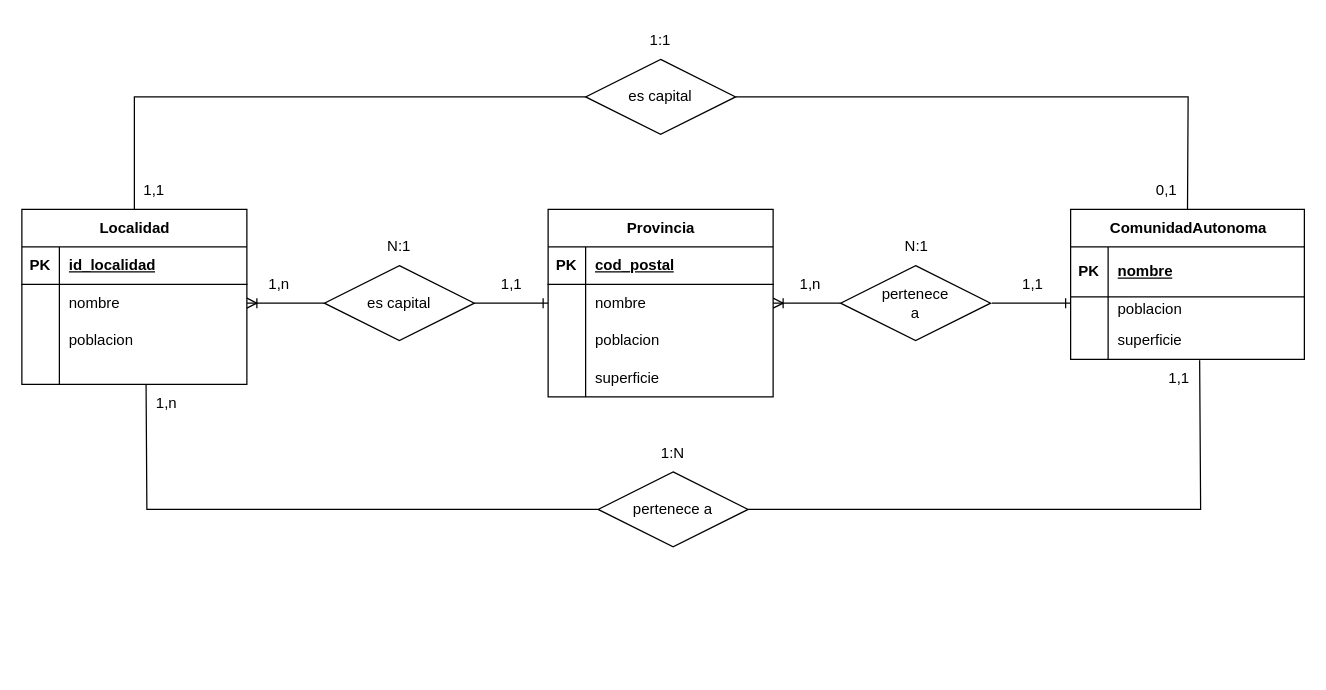
Earlier version of the draw.io diagram Ejercicio03.drawio (Daninuro/diagrames-cvf-dn-mpl-n-11102023). Source tidied: cells renumbered, new cells numbered last; positions are measured from the earlier drawing's top-left corner, leaving out a move shared by most shapes. Both pictures are drawn from the tidied source at 125%, with x=0, y=0 at pixel (21, 21).
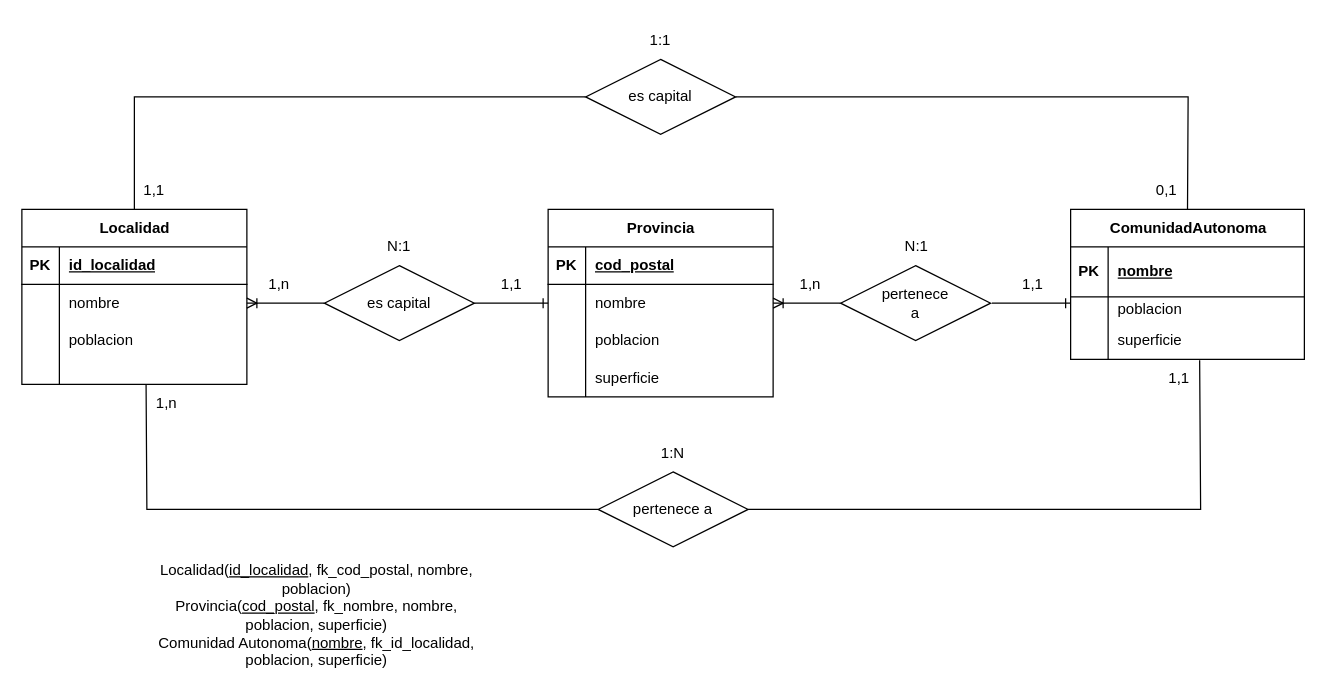
After the change.

What changed in the source:
```diff
@@
+    <mxCell id="62" value="Localidad(&lt;u&gt;id_localidad&lt;/u&gt;, fk_cod_postal, nombre, poblacion)&lt;br&gt;Provincia(&lt;u&gt;cod_postal&lt;/u&gt;, fk_nombre, nombre, poblacion, superficie)&lt;br&gt;Comunidad Autonoma(&lt;u&gt;nombre&lt;/u&gt;, fk_id_localidad, poblacion, superficie)" style="text;html=1;strokeColor=none;fillColor=none;align=center;verticalAlign=middle;whiteSpace=wrap;rounded=0;" parent="1" vertex="1">
+      <mxGeometry x="96" y="460" width="280" height="30" as="geometry" />
+    </mxCell>
```
